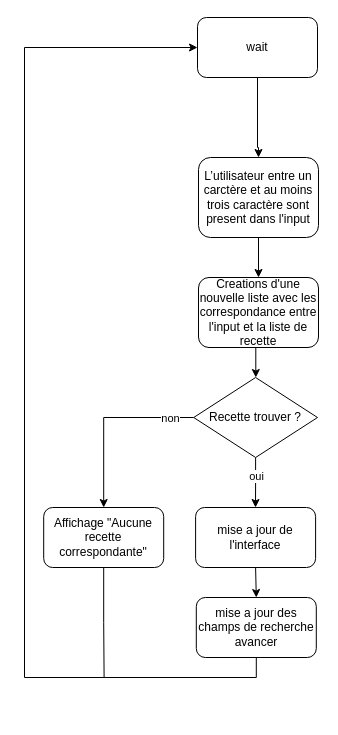
Before: Note/AlgoriGramme.drawio in cbourgouin/Projet_7, a draw.io diagram. Source tidied: cells renumbered, new cells numbered last; positions are measured from the earlier drawing's top-left corner, leaving out a move shared by most shapes. Both pictures are drawn from the tidied source at 100%, with x=0, y=0 at pixel (24, 17).
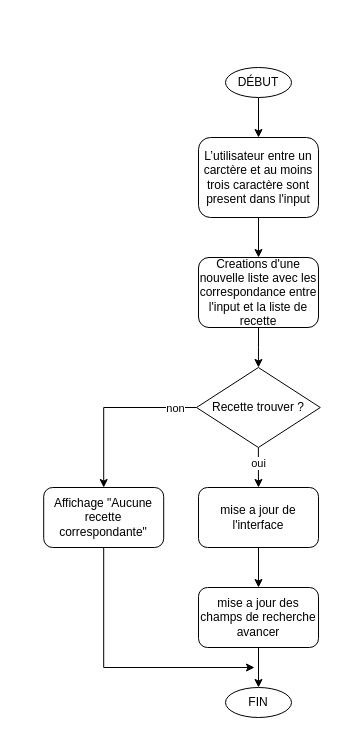
The same page after the edit.

Commit message:
Mettre à jour AlgoriGramme.drawio

What changed in the source:
```diff
@@
     <mxCell id="4" value="L’utilisateur entre un carctère et au moins trois caractère sont present dans l'input" style="rounded=1;whiteSpace=wrap;html=1;" parent="1" vertex="1">
-      <mxGeometry x="174" y="140" width="120" height="80" as="geometry" />
+      <mxGeometry x="174" y="120" width="120" height="80" as="geometry" />
     </mxCell>
-    <mxCell id="5" style="edgeStyle=orthogonalEdgeStyle;rounded=0;jettySize=auto;html=1;exitX=0.5;exitY=1;exitDx=0;exitDy=0;entryX=0.5;entryY=0;entryDx=0;entryDy=0;" parent="1" edge="1" source="6" target="4">
-      <mxGeometry relative="1" as="geometry">
-        <Array as="points">
-          <mxPoint x="233" y="130" />
-          <mxPoint x="234" y="130" />
-        </Array>
-      </mxGeometry>
-    </mxCell>
-    <mxCell id="6" value="wait" style="rounded=1;whiteSpace=wrap;html=1;" parent="1" vertex="1">
-      <mxGeometry x="173" width="120" height="60" as="geometry" />
-    </mxCell>
     <mxCell id="7" style="edgeStyle=orthogonalEdgeStyle;rounded=0;jettySize=auto;html=1;exitX=0.5;exitY=1;exitDx=0;exitDy=0;" parent="1" edge="1" source="11">
       <mxGeometry relative="1" as="geometry">
-        <mxPoint x="231" y="490" as="targetPoint" />
+        <mxPoint x="234" y="470" as="targetPoint" />
       </mxGeometry>
     </mxCell>
@@
     <mxCell id="11" value="Recette trouver ?" style="rhombus;whiteSpace=wrap;html=1;" parent="1" vertex="1">
-      <mxGeometry x="169.2" y="360" width="123.8" height="80" as="geometry" />
+      <mxGeometry x="172" y="350" width="123.8" height="80" as="geometry" />
     </mxCell>
@@
     <mxCell id="13" value="mise a jour de l'interface" style="rounded=1;whiteSpace=wrap;html=1;" parent="1" vertex="1">
-      <mxGeometry x="171.1" y="490" width="120" height="60" as="geometry" />
+      <mxGeometry x="174" y="470" width="120" height="60" as="geometry" />
     </mxCell>
-    <mxCell id="14" style="edgeStyle=orthogonalEdgeStyle;rounded=0;jettySize=auto;html=1;exitX=0.5;exitY=1;exitDx=0;exitDy=0;endArrow=none;endFill=0;" parent="1" edge="1" source="15">
-      <mxGeometry relative="1" as="geometry">
-        <mxPoint x="79.6" y="660" as="targetPoint" />
-      </mxGeometry>
-    </mxCell>
+    <mxCell id="20" style="edgeStyle=orthogonalEdgeStyle;rounded=0;jettySize=auto;html=1;exitX=0.5;exitY=1;exitDx=0;exitDy=0;" parent="1" edge="1" source="15">
+      <mxGeometry relative="1" as="geometry">
+        <mxPoint x="230" y="650" as="targetPoint" />
+        <Array as="points">
+          <mxPoint x="79" y="650" />
+        </Array>
+      </mxGeometry>
+    </mxCell>
     <mxCell id="15" value="Affichage &quot;Aucune recette correspondante&quot;" style="rounded=1;whiteSpace=wrap;html=1;" parent="1" vertex="1">
-      <mxGeometry x="19.2" y="490" width="120" height="60" as="geometry" />
+      <mxGeometry x="19.2" y="470" width="120" height="60" as="geometry" />
     </mxCell>
-    <mxCell id="16" style="edgeStyle=orthogonalEdgeStyle;rounded=0;jettySize=auto;html=1;exitX=0.5;exitY=1;exitDx=0;exitDy=0;entryX=0;entryY=0.5;entryDx=0;entryDy=0;" parent="1" edge="1" source="17" target="6">
-      <mxGeometry relative="1" as="geometry">
-        <Array as="points">
-          <mxPoint x="232" y="660" />
-          <mxPoint y="660" />
-          <mxPoint y="30" />
-        </Array>
-      </mxGeometry>
-    </mxCell>
+    <mxCell id="21" style="edgeStyle=orthogonalEdgeStyle;rounded=0;jettySize=auto;html=1;exitX=0.5;exitY=1;exitDx=0;exitDy=0;entryX=0.5;entryY=0;entryDx=0;entryDy=0;" parent="1" edge="1" source="17" target="24">
+      <mxGeometry relative="1" as="geometry" />
+    </mxCell>
     <mxCell id="17" value="mise a jour des champs de recherche avancer" style="rounded=1;whiteSpace=wrap;html=1;" parent="1" vertex="1">
-      <mxGeometry x="171.8" y="580" width="120" height="60" as="geometry" />
+      <mxGeometry x="174" y="570" width="120" height="60" as="geometry" />
     </mxCell>
-    <mxCell id="18" style="edgeStyle=orthogonalEdgeStyle;rounded=0;jettySize=auto;html=1;exitX=0.5;exitY=1;exitDx=0;exitDy=0;" parent="1" edge="1" source="19">
-      <mxGeometry relative="1" as="geometry">
-        <mxPoint x="231.3" y="360" as="targetPoint" />
-      </mxGeometry>
+    <mxCell id="18" style="edgeStyle=orthogonalEdgeStyle;rounded=0;jettySize=auto;html=1;exitX=0.5;exitY=1;exitDx=0;exitDy=0;entryX=0.5;entryY=0;entryDx=0;entryDy=0;" parent="1" edge="1" source="19" target="11">
+      <mxGeometry relative="1" as="geometry" />
     </mxCell>
     <mxCell id="19" value="Creations d'une nouvelle liste avec les correspondance entre l'input et la liste de recette" style="rounded=1;whiteSpace=wrap;html=1;" parent="1" vertex="1">
-      <mxGeometry x="174" y="260" width="120" height="70" as="geometry" />
+      <mxGeometry x="174" y="240" width="120" height="70" as="geometry" />
     </mxCell>
+    <mxCell id="22" style="edgeStyle=orthogonalEdgeStyle;rounded=0;jettySize=auto;html=1;exitX=0.5;exitY=1;exitDx=0;exitDy=0;entryX=0.5;entryY=0;entryDx=0;entryDy=0;" parent="1" edge="1" source="23" target="4">
+      <mxGeometry relative="1" as="geometry" />
+    </mxCell>
+    <mxCell id="23" value="DÉBUT" style="ellipse;whiteSpace=wrap;html=1;" parent="1" vertex="1">
+      <mxGeometry x="201" y="50" width="66" height="30" as="geometry" />
+    </mxCell>
+    <mxCell id="24" value="FIN" style="ellipse;whiteSpace=wrap;html=1;" parent="1" vertex="1">
+      <mxGeometry x="201" y="670" width="66" height="30" as="geometry" />
+    </mxCell>
```
